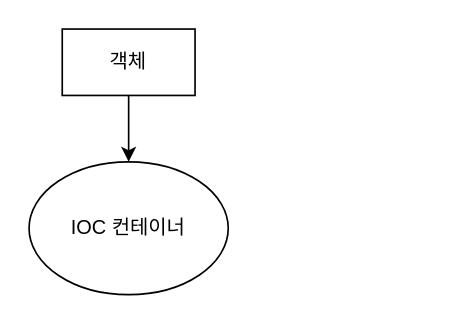
Earlier version of the draw.io diagram chapter2.drawio (SongYoungMin-304/InflearnDraw.io). Source tidied: cells renumbered, new cells numbered last; positions are measured from the earlier drawing's top-left corner, leaving out a move shared by most shapes. Both pictures are drawn from the tidied source at 166%, with x=0, y=0 at pixel (28, 28).
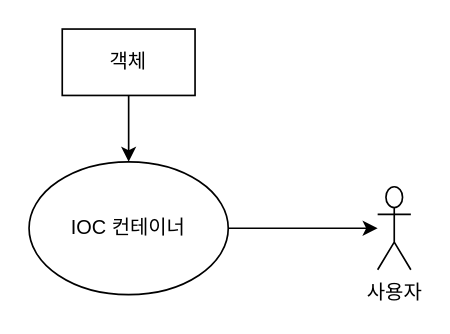
After the change.

The edit, as a diff of the source:
```diff
@@
 <mxGraphModel>
   <root>
     <mxCell id="0" />
     <mxCell id="1" parent="0" />
+    <mxCell id="5" style="edgeStyle=orthogonalEdgeStyle;rounded=0;jettySize=auto;html=1;" parent="1" edge="1" source="2" target="6">
+      <mxGeometry relative="1" as="geometry" />
+    </mxCell>
     <mxCell id="2" value="IOC 컨테이너" style="ellipse;whiteSpace=wrap;html=1;" parent="1" vertex="1">
       <mxGeometry y="80" width="120" height="80" as="geometry" />
     </mxCell>
     <mxCell id="3" style="edgeStyle=orthogonalEdgeStyle;rounded=0;jettySize=auto;html=1;" parent="1" edge="1" source="4" target="2">
       <mxGeometry relative="1" as="geometry" />
     </mxCell>
     <mxCell id="4" value="객체" style="rounded=0;whiteSpace=wrap;html=1;" parent="1" vertex="1">
       <mxGeometry x="20" width="80" height="40" as="geometry" />
     </mxCell>
+    <mxCell id="6" value="사용자" style="shape=umlActor;verticalLabelPosition=bottom;verticalAlign=top;html=1;outlineConnect=0;" parent="1" vertex="1">
+      <mxGeometry x="210" y="95" width="20" height="50" as="geometry" />
+    </mxCell>
   </root>
 </mxGraphModel>
```
